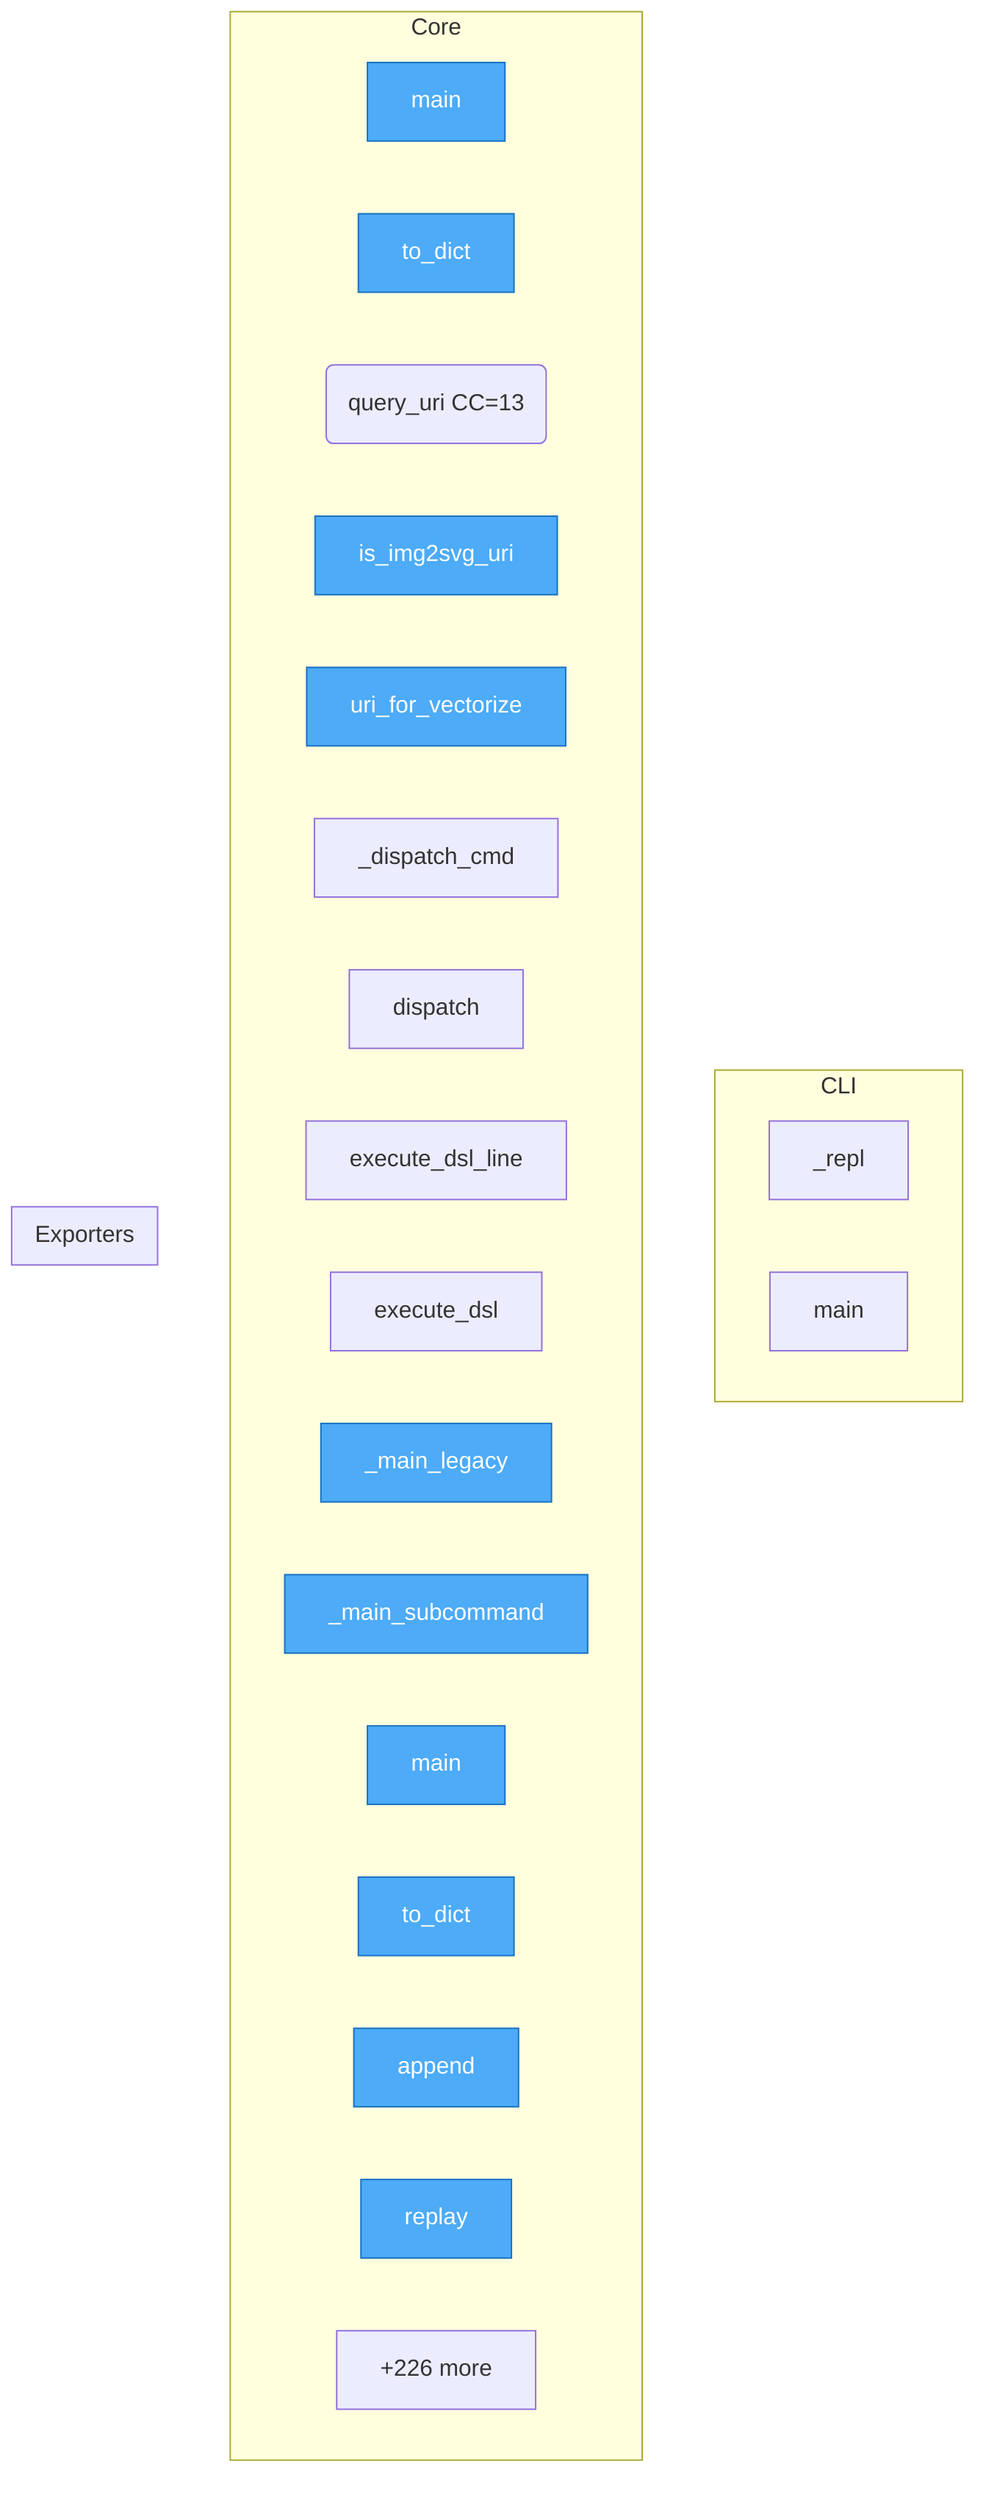
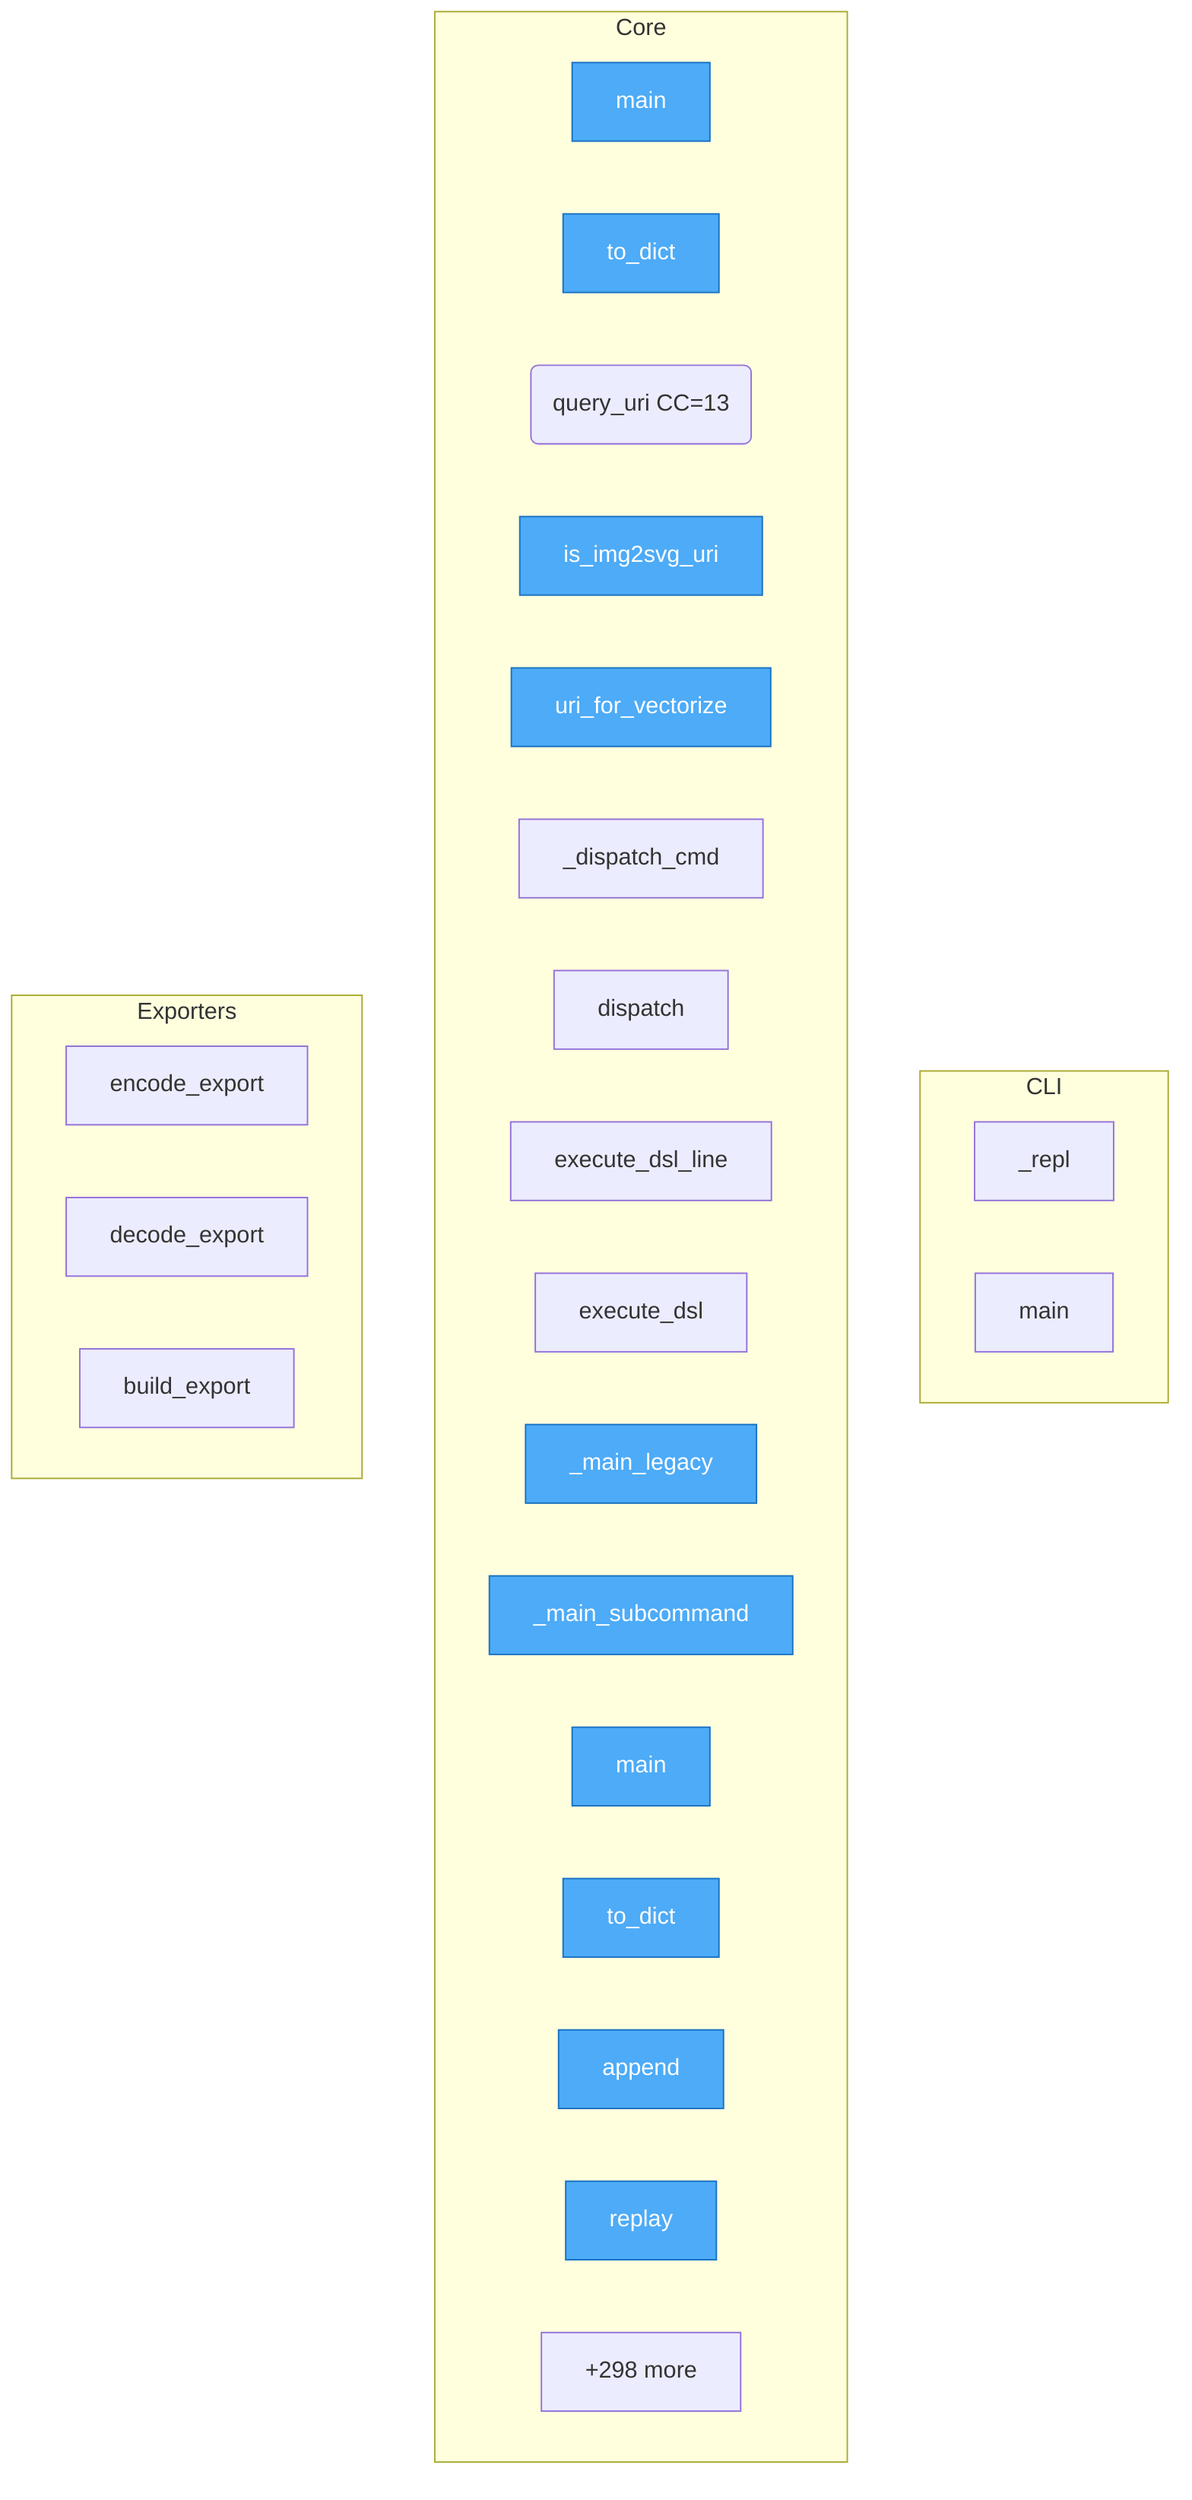
flowchart TD
%% generated in 0.02s

    %% Entry points (blue)
    classDef entry fill:#4dabf7,stroke:#1971c2,color:#fff

    subgraph CLI
        packages__cli2vql__src__cli2vql__cli___repl["_repl"]
        packages__cli2vql__src__cli2vql__cli__main["main"]
    end

    subgraph Core
        packages__uri2img2svg__src__uri2img2svg__cli__main["main"]
        packages__uri2img2svg__src__uri2img2svg__query__QueryResult__to_dict["to_dict"]
        packages__uri2img2svg__src__uri2img2svg__query__query_uri("query_uri CC=13")
        packages__uri2img2svg__src__uri2img2svg__uri__is_img2svg_uri["is_img2svg_uri"]
        packages__uri2img2svg__src__uri2img2svg__uri__uri_for_vectorize["uri_for_vectorize"]
        packages__dsl2vql__src__dsl2vql__bus___dispatch_cmd["_dispatch_cmd"]
        packages__dsl2vql__src__dsl2vql__bus__dispatch["dispatch"]
        packages__dsl2vql__src__dsl2vql__bus__execute_dsl_line["execute_dsl_line"]
        packages__dsl2vql__src__dsl2vql__bus__execute_dsl["execute_dsl"]
        packages__dsl2vql__src__dsl2vql__cli___main_legacy["_main_legacy"]
        packages__dsl2vql__src__dsl2vql__cli___main_subcommand["_main_subcommand"]
        packages__dsl2vql__src__dsl2vql__cli__main["main"]
        packages__dsl2vql__src__dsl2vql__events__DslEvent__to_dict["to_dict"]
        packages__dsl2vql__src__dsl2vql__events__EventStore__append["append"]
        packages__dsl2vql__src__dsl2vql__events__EventStore__replay["replay"]
-         ...["+226 more"]
+         ...["+298 more"]
    end

    subgraph Exporters
+         packages__dsl2vql__src__dsl2vql__pb_body_codec__encode_export["encode_export"]
+         packages__dsl2vql__src__dsl2vql__pb_body_codec__decode_export["decode_export"]
+         packages__dsl2vql__src__dsl2vql__grammar_handlers__build_export["build_export"]
    end

    class packages__uri2img2svg__src__uri2img2svg__cli__main,packages__uri2img2svg__src__uri2img2svg__query__QueryResult__to_dict,packages__uri2img2svg__src__uri2img2svg__uri__is_img2svg_uri,packages__uri2img2svg__src__uri2img2svg__uri__uri_for_vectorize,packages__dsl2vql__src__dsl2vql__cli___main_legacy,packages__dsl2vql__src__dsl2vql__cli___main_subcommand,packages__dsl2vql__src__dsl2vql__cli__main,packages__dsl2vql__src__dsl2vql__events__DslEvent__to_dict,packages__dsl2vql__src__dsl2vql__events__EventStore__append,packages__dsl2vql__src__dsl2vql__events__EventStore__replay entry
